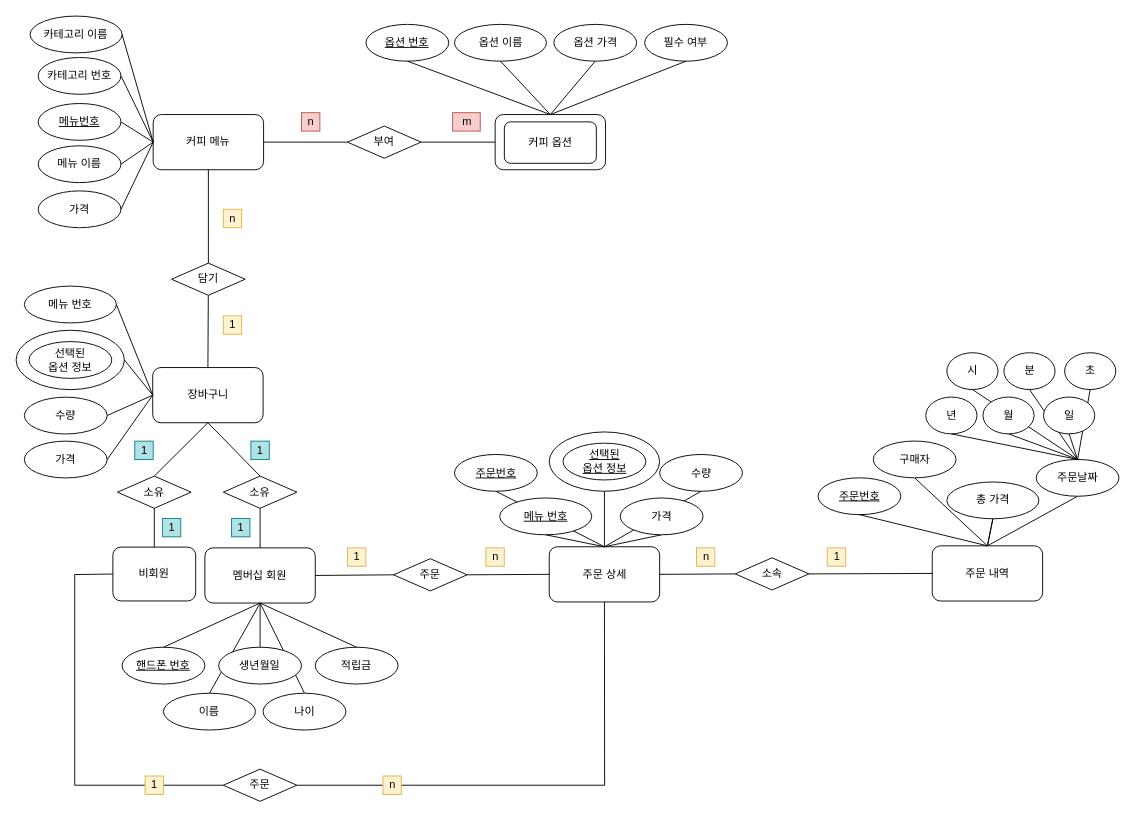
Before: cafe.drawio in jdohun/22-1Database, a draw.io diagram. Source tidied: cells renumbered, new cells numbered last; positions are measured from the earlier drawing's top-left corner, leaving out a move shared by most shapes. Both pictures are drawn from the tidied source at 92%, with x=0, y=0 at pixel (16, 16).
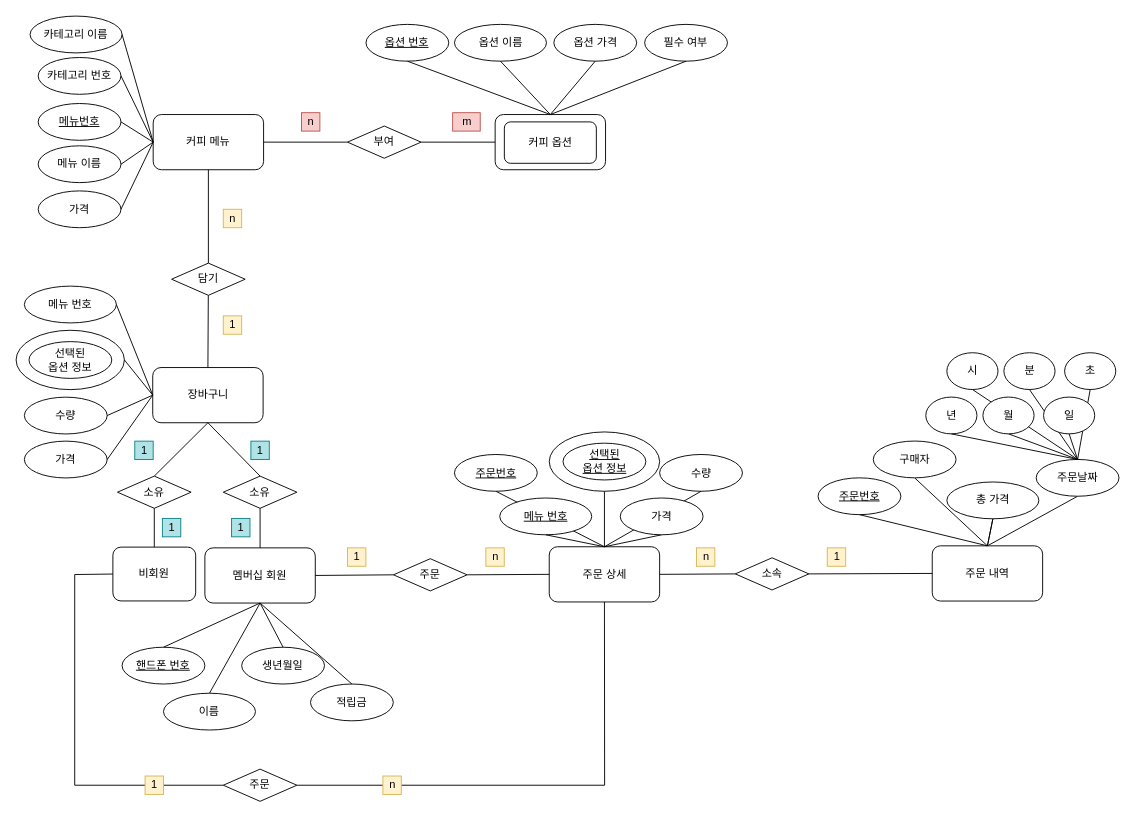
Above is the later version.

The change refers to these unchanged cells:
```xml
<mxCell id="8" value="멤버십 회원" style="rounded=1;whiteSpace=wrap;html=1;" parent="1" vertex="1">
  <mxGeometry x="205.2" y="578" width="120" height="60" as="geometry" />
</mxCell>
```

The edit, as a diff of the source:
```diff
@@
-    <mxCell id="5" style="endArrow=none;html=1;rounded=0;entryX=0.5;entryY=0;entryDx=0;entryDy=0;exitX=0.5;exitY=1;exitDx=0;exitDy=0;" parent="1" edge="1" source="8" target="42">
-      <mxGeometry relative="1" as="geometry" />
-    </mxCell>
@@
     <mxCell id="12" value="적립금" style="ellipse;whiteSpace=wrap;html=1;rounded=0;" parent="1" vertex="1">
-      <mxGeometry x="325.2" y="686" width="90" height="40" as="geometry" />
+      <mxGeometry x="320" y="726" width="90" height="40" as="geometry" />
     </mxCell>
@@
     <mxCell id="40" value="생년월일" style="ellipse;whiteSpace=wrap;html=1;rounded=0;" parent="1" vertex="1">
-      <mxGeometry x="220.2" y="686" width="90" height="40" as="geometry" />
+      <mxGeometry x="245.2" y="686" width="90" height="40" as="geometry" />
     </mxCell>
@@
-    <mxCell id="42" value="나이" style="ellipse;whiteSpace=wrap;html=1;rounded=0;" parent="1" vertex="1">
-      <mxGeometry x="268.5" y="736" width="90" height="40" as="geometry" />
-    </mxCell>
```
